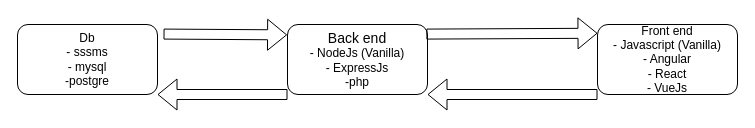
Above: fullstack.drawio in Caven15/nodeJsDemo (draw.io), before the change. Source tidied: cells renumbered, new cells numbered last; positions are measured from the earlier drawing's top-left corner, leaving out a move shared by most shapes. Both pictures are drawn from the tidied source at 100%, with x=0, y=0 at pixel (17, 24).
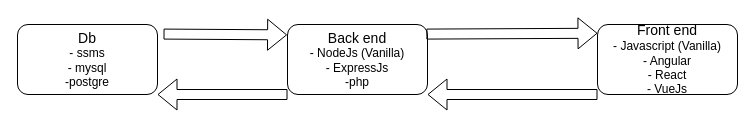
Above is the later version.

Diff of the diagram source:
```diff
@@
 <mxGraphModel>
   <root>
     <mxCell id="0" />
     <mxCell id="1" parent="0" />
-    <mxCell id="2" value="Db&lt;br&gt;- sssms&lt;br&gt;- mysql&lt;br&gt;-postgre&lt;br&gt;" style="rounded=1;whiteSpace=wrap;html=1;" parent="1" vertex="1">
+    <mxCell id="2" value="&lt;font style=&quot;font-size: 14px;&quot;&gt;Db&lt;br&gt;&lt;/font&gt;- ssms&lt;br&gt;- mysql&lt;br&gt;-postgre" style="rounded=1;whiteSpace=wrap;html=1;" parent="1" vertex="1">
       <mxGeometry width="140" height="70" as="geometry" />
     </mxCell>
     <mxCell id="3" value="&lt;font style=&quot;font-size: 14px;&quot;&gt;Back end&lt;br&gt;&lt;/font&gt;- NodeJs (Vanilla)&lt;br&gt;- ExpressJs&lt;br&gt;-php" style="rounded=1;whiteSpace=wrap;html=1;" parent="1" vertex="1">
       <mxGeometry x="270" width="140" height="70" as="geometry" />
     </mxCell>
-    <mxCell id="4" value="Front end&lt;br&gt;- Javascript (Vanilla)&lt;br&gt;- Angular&lt;br&gt;- React&lt;br&gt;- VueJs" style="rounded=1;whiteSpace=wrap;html=1;" parent="1" vertex="1">
+    <mxCell id="4" value="&lt;font style=&quot;font-size: 14px;&quot;&gt;Front end&lt;/font&gt;&lt;br&gt;- Javascript (Vanilla)&lt;br&gt;- Angular&lt;br&gt;- React&lt;br&gt;- VueJs" style="rounded=1;whiteSpace=wrap;html=1;" parent="1" vertex="1">
       <mxGeometry x="580" width="140" height="70" as="geometry" />
     </mxCell>
     <mxCell id="5" style="shape=flexArrow;endArrow=classic;html=1;exitX=0;exitY=1;exitDx=0;exitDy=0;entryX=1;entryY=1;entryDx=0;entryDy=0;" parent="1" edge="1" source="4" target="3">
       <mxGeometry relative="1" as="geometry" />
     </mxCell>
     <mxCell id="6" style="shape=flexArrow;endArrow=classic;html=1;exitX=0;exitY=1;exitDx=0;exitDy=0;entryX=1;entryY=1;entryDx=0;entryDy=0;" parent="1" edge="1" source="3" target="2">
       <mxGeometry relative="1" as="geometry" />
     </mxCell>
     <mxCell id="7" style="shape=flexArrow;endArrow=classic;html=1;exitX=1.043;exitY=0.137;exitDx=0;exitDy=0;entryX=-0.003;entryY=0.148;entryDx=0;entryDy=0;exitPerimeter=0;entryPerimeter=0;" parent="1" edge="1" source="2" target="3">
       <mxGeometry relative="1" as="geometry" />
     </mxCell>
     <mxCell id="8" style="shape=flexArrow;endArrow=classic;html=1;exitX=0.992;exitY=0.137;exitDx=0;exitDy=0;entryX=0;entryY=0.125;entryDx=0;entryDy=0;exitPerimeter=0;entryPerimeter=0;" parent="1" edge="1" source="3" target="4">
       <mxGeometry relative="1" as="geometry" />
     </mxCell>
   </root>
 </mxGraphModel>
```
